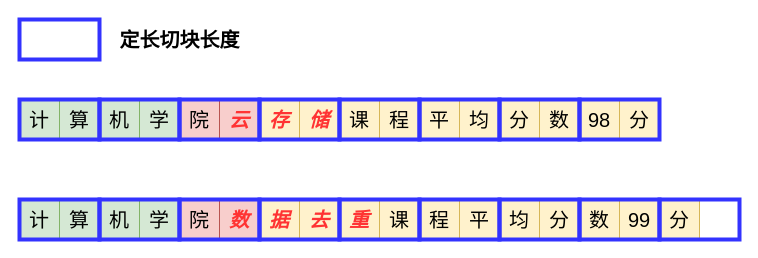
Above: figures/0405定长切块的边界偏移问题.drawio in lucky6six/SJTU-lz (draw.io), before the change. Source tidied: cells renumbered, new cells numbered last; positions are measured from the earlier drawing's top-left corner, leaving out a move shared by most shapes. Both pictures are drawn from the tidied source at 100%, with x=0, y=0 at pixel (19, 19).
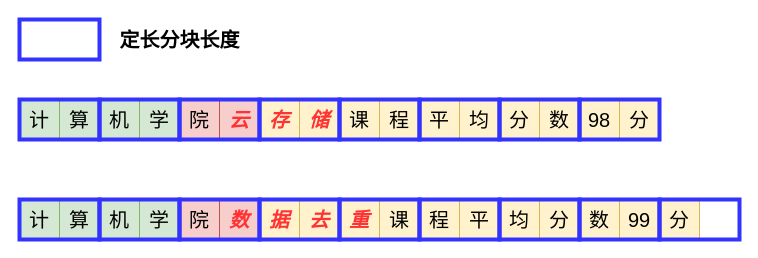
The same page after the edit.

Diff of the diagram source:
```diff
@@
-    <mxCell id="53" value="&lt;font&gt;&lt;b&gt;定长切块长度&lt;/b&gt;&lt;/font&gt;" style="text;html=1;align=center;verticalAlign=middle;strokeColor=none;fillColor=none;fontSize=20;" parent="1" vertex="1">
+    <mxCell id="53" value="&lt;font&gt;&lt;b&gt;定长分块长度&lt;/b&gt;&lt;/font&gt;" style="text;html=1;align=center;verticalAlign=middle;strokeColor=none;fillColor=none;fontSize=20;" parent="1" vertex="1">
       <mxGeometry x="90" width="140" height="40" as="geometry" />
     </mxCell>
```
